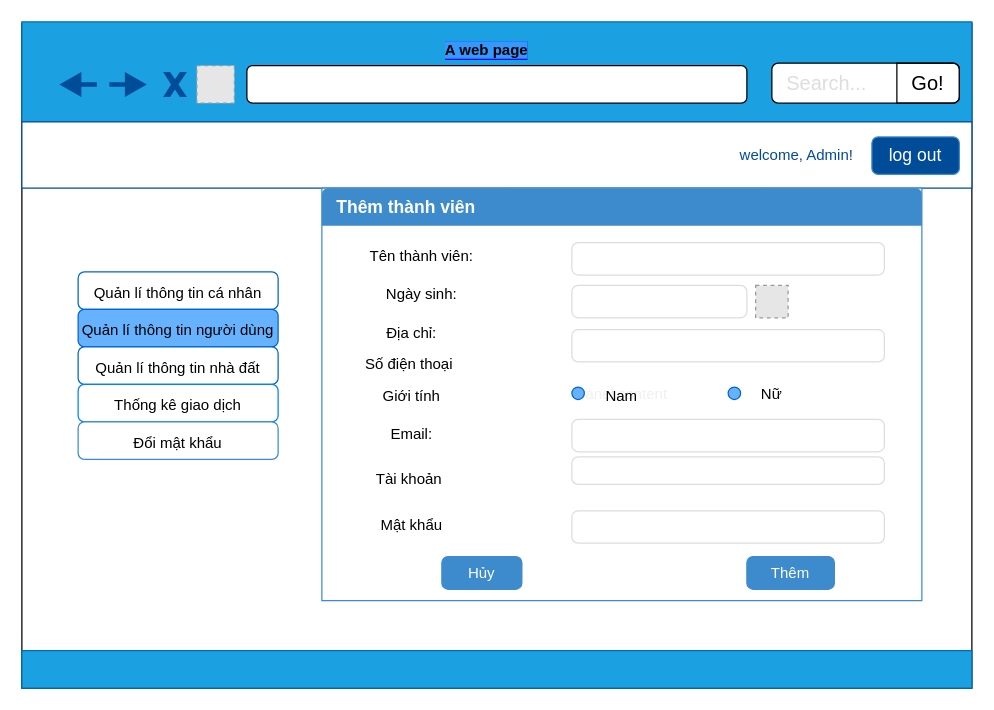
The draw.io diagram ThemThanhVien.drawio in tramtruong98/use_case_diagram, before the edit. Source tidied: cells renumbered, new cells numbered last; positions are measured from the earlier drawing's top-left corner, leaving out a move shared by most shapes. Both pictures are drawn from the tidied source at 125%, with x=0, y=0 at pixel (21, 21). Pictures stored in the file or linked from it are replaced by grey dashed boxes.
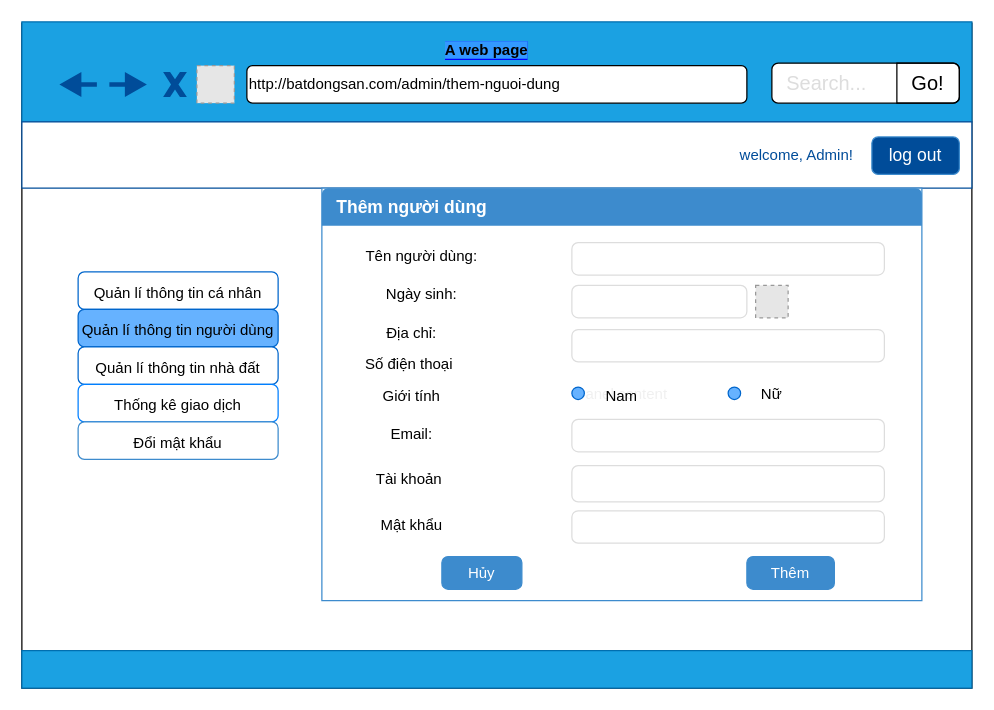
The same diagram, later.

The change refers to these unchanged cells:
```xml
<mxCell id="16" value="Panel content" style="text;html=1;strokeColor=#3D8BCD;fillColor=#ffffff;align=center;verticalAlign=middle;whiteSpace=wrap;rounded=0;shadow=0;dashed=0;fontFamily=Helvetica;fontSize=12;fontColor=#f0f0f0;" parent="1" vertex="1">
  <mxGeometry x="240" y="133" width="480" height="330" as="geometry" />
</mxCell>
```

What changed in the source:
```diff
@@
-    <mxCell id="5" style="rounded=1;whiteSpace=wrap;html=1;" parent="1" vertex="1">
+    <mxCell id="5" value="http://batdongsan.com/admin/them-nguoi-dung" style="rounded=1;whiteSpace=wrap;html=1;align=left;" parent="1" vertex="1">
       <mxGeometry x="180" y="35" width="400" height="30" as="geometry" />
     </mxCell>
@@
-    <mxCell id="17" value="Thêm thành viên" style="html=1;shadow=0;dashed=0;shape=mxgraph.bootstrap.topButton;rSize=5;strokeColor=none;fillColor=#3D8BCD;fontColor=#ffffff;fontSize=14;fontStyle=1;align=left;spacingLeft=10;whiteSpace=wrap;" parent="16" vertex="1">
+    <mxCell id="17" value="Thêm người dùng" style="html=1;shadow=0;dashed=0;shape=mxgraph.bootstrap.topButton;rSize=5;strokeColor=none;fillColor=#3D8BCD;fontColor=#ffffff;fontSize=14;fontStyle=1;align=left;spacingLeft=10;whiteSpace=wrap;" parent="16" vertex="1">
       <mxGeometry width="480" height="30" relative="1" as="geometry" />
     </mxCell>
-    <mxCell id="18" value="Tên thành viên:" style="text;html=1;strokeColor=none;fillColor=none;align=center;verticalAlign=middle;whiteSpace=wrap;rounded=0;" parent="16" vertex="1">
+    <mxCell id="18" value="Tên người dùng:" style="text;html=1;strokeColor=none;fillColor=none;align=center;verticalAlign=middle;whiteSpace=wrap;rounded=0;" parent="16" vertex="1">
       <mxGeometry x="20" y="43.6" width="120" height="23.6" as="geometry" />
     </mxCell>
@@
     <mxCell id="43" style="html=1;shadow=0;dashed=0;shape=mxgraph.bootstrap.rrect;rSize=5;strokeColor=#dddddd;fillColor=#ffffff;align=center;fontSize=12;whiteSpace=wrap;" parent="1" vertex="1">
-      <mxGeometry x="440" y="348" width="250" height="22" as="geometry" />
+      <mxGeometry x="440" y="355" width="250" height="29" as="geometry" />
     </mxCell>
```
